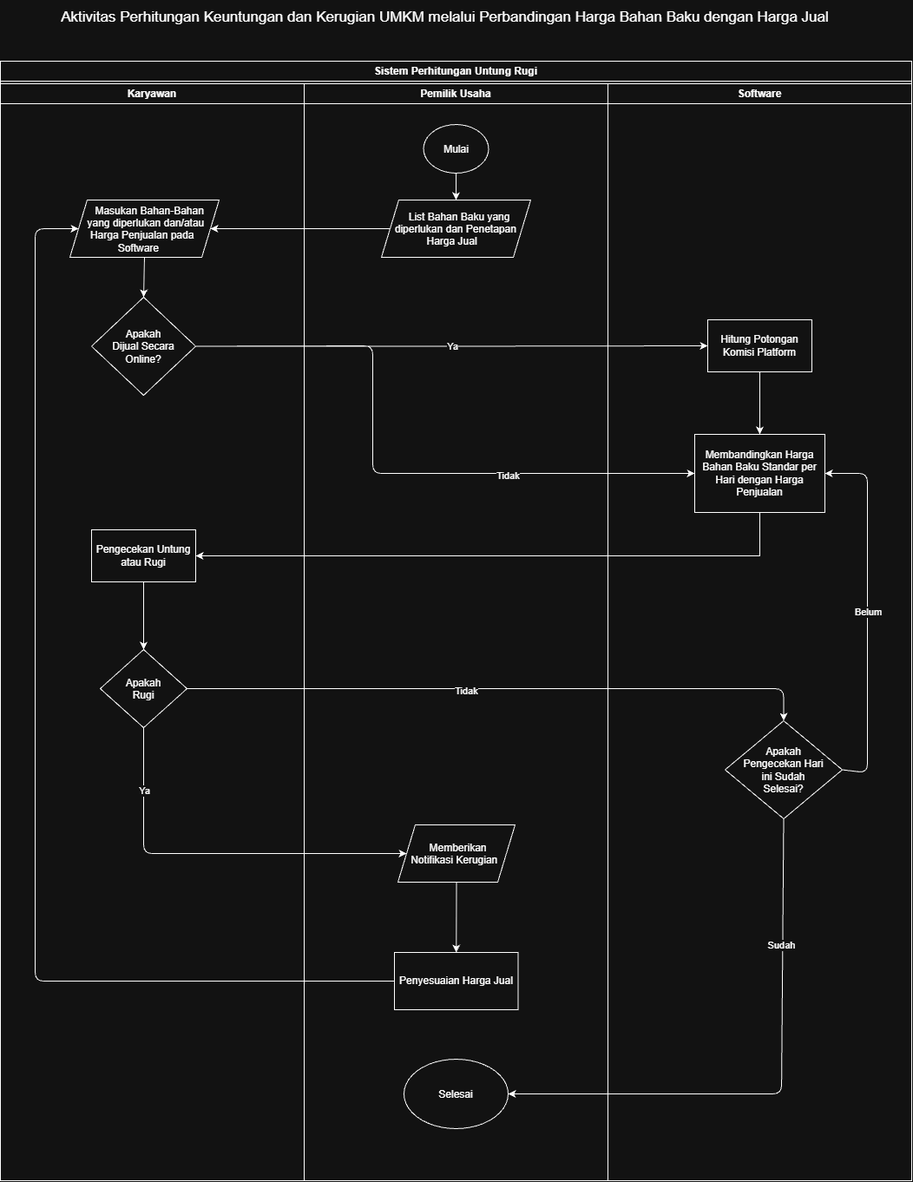
Before: docs/M1/assets/diagram/diagram-act-software-fix.png, a diagram exported from draw.io (rafeldzin/IF2150-RPL-K02-G07). Source tidied: cells renumbered, new cells last; positions are measured from the earlier drawing's top-left corner, leaving out a move shared by most shapes.
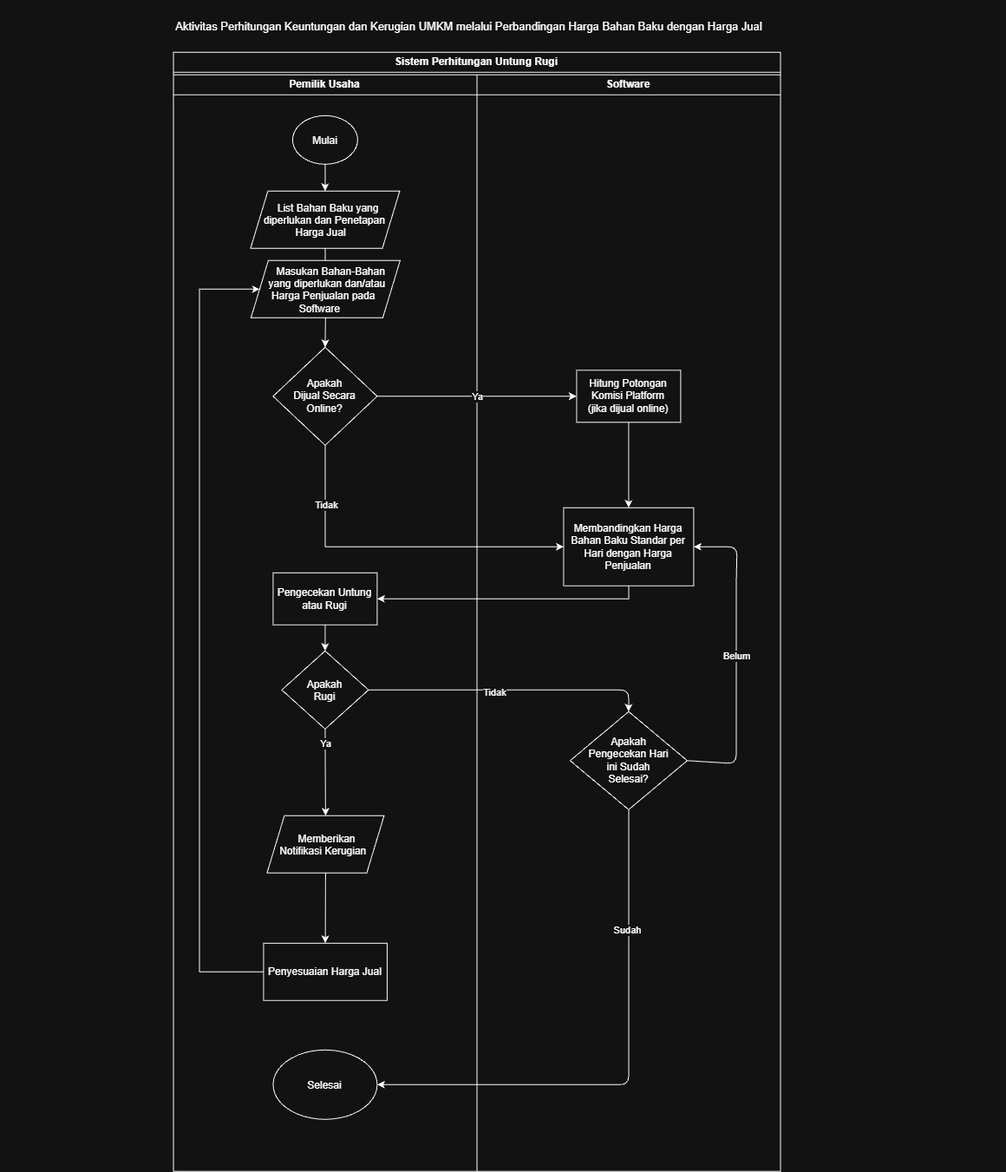
Later version of the same file.

Commit message:
docs: memperbarui diagram swimlane

Diff of the diagram source:
```diff
@@ -2,144 +2,145 @@
   <root>
     <mxCell id="0" />
     <mxCell id="1" parent="0" />
+    <mxCell id="40" style="group;" parent="1" vertex="1">
+      <mxGeometry y="10" width="1160" height="1350" as="geometry" />
+    </mxCell>
+    <mxCell id="3" value="&lt;font style=&quot;font-size: 13px;&quot;&gt;Aktivitas Perhitungan Keuntungan dan Kerugian UMKM melalui Perbandingan Harga Bahan Baku dengan Harga Jual&lt;/font&gt;" style="text;html=1;whiteSpace=wrap;strokeColor=none;fillColor=none;align=center;verticalAlign=middle;rounded=0;fontSize=17;" parent="40" vertex="1">
+      <mxGeometry x="80" y="10" width="922.5" height="40" as="geometry" />
+    </mxCell>
-    <mxCell id="2" value="Sistem Perhitungan Untung Rugi" style="swimlane;whiteSpace=wrap;html=1;" parent="1" vertex="1">
-      <mxGeometry y="70" width="1050" height="1290" as="geometry" />
+    <mxCell id="2" value="Sistem Perhitungan Untung Rugi" style="swimlane;whiteSpace=wrap;html=1;" parent="40" vertex="1">
+      <mxGeometry x="200" y="60" width="700" height="1290" as="geometry" />
     </mxCell>
-    <mxCell id="3" value="Aktivitas Perhitungan Keuntungan dan Kerugian UMKM melalui Perbandingan Harga Bahan Baku dengan Harga Jual" style="text;html=1;whiteSpace=wrap;strokeColor=none;fillColor=none;align=center;verticalAlign=middle;rounded=0;fontSize=17;" parent="1" vertex="1">
-      <mxGeometry x="50" width="925" height="40" as="geometry" />
-    </mxCell>
-    <mxCell id="4" style="edgeStyle=orthogonalEdgeStyle;rounded=0;jettySize=auto;html=1;" parent="1" edge="1" source="8" target="5">
+    <mxCell id="4" style="edgeStyle=orthogonalEdgeStyle;rounded=0;jettySize=auto;html=1;" parent="40" edge="1" source="8" target="5">
       <mxGeometry relative="1" as="geometry" />
     </mxCell>
-    <mxCell id="5" value="Masukan Bahan-Bahan yang diperlukan dan/atau Harga Penjualan pada Software&lt;div&gt;&lt;br&gt;&lt;/div&gt;" style="shape=parallelogram;perimeter=parallelogramPerimeter;whiteSpace=wrap;html=1;shapeInside=1;fixedSize=1;" parent="1" vertex="1">
-      <mxGeometry x="80" y="230" width="172" height="66" as="geometry" />
-    </mxCell>
-    <mxCell id="6" style="edgeStyle=orthogonalEdgeStyle;rounded=0;jettySize=auto;html=1;entryX=0.5;entryY=0;entryDx=0;entryDy=0;" parent="1" edge="1" source="7" target="8">
+    <mxCell id="6" style="edgeStyle=orthogonalEdgeStyle;rounded=0;jettySize=auto;html=1;entryX=0.5;entryY=0;entryDx=0;entryDy=0;" parent="40" edge="1" source="7" target="8">
       <mxGeometry relative="1" as="geometry" />
     </mxCell>
-    <mxCell id="7" value="Mulai&lt;div&gt;&lt;br/&gt;&lt;/div&gt;" style="ellipse;whiteSpace=wrap;html=1;shapeInside=1;" parent="1" vertex="1">
-      <mxGeometry x="487.5" y="143" width="75" height="56" as="geometry" />
+    <mxCell id="7" value="Mulai&lt;div&gt;&lt;br/&gt;&lt;/div&gt;" style="ellipse;whiteSpace=wrap;html=1;shapeInside=1;" parent="40" vertex="1">
+      <mxGeometry x="337.5" y="133" width="75" height="56" as="geometry" />
     </mxCell>
-    <mxCell id="8" value="&lt;div&gt;List Bahan Baku yang diperlukan dan Penetapan Harga Jual&lt;/div&gt;" style="shape=parallelogram;perimeter=parallelogramPerimeter;whiteSpace=wrap;html=1;shapeInside=1;fixedSize=1;" parent="1" vertex="1">
-      <mxGeometry x="439" y="230" width="172" height="66" as="geometry" />
+    <mxCell id="8" value="&lt;div&gt;List Bahan Baku yang diperlukan dan Penetapan Harga Jual&lt;/div&gt;" style="shape=parallelogram;perimeter=parallelogramPerimeter;whiteSpace=wrap;html=1;shapeInside=1;fixedSize=1;" parent="40" vertex="1">
+      <mxGeometry x="289" y="220" width="172" height="66" as="geometry" />
     </mxCell>
-    <mxCell id="9" style="endArrow=classic;html=1;rounded=1;exitX=0;exitY=0.5;exitDx=0;exitDy=0;entryX=0;entryY=0.5;entryDx=0;entryDy=0;curved=0;" parent="1" edge="1" source="32" target="5">
-      <mxGeometry relative="1" as="geometry">
-        <Array as="points">
-          <mxPoint x="40" y="1130" />
-          <mxPoint x="40" y="263" />
-        </Array>
-      </mxGeometry>
-    </mxCell>
-    <mxCell id="10" style="group;" parent="1" vertex="1">
-      <mxGeometry y="96" width="1050" height="1264" as="geometry" />
-    </mxCell>
-    <mxCell id="11" value="Pemilik Usaha" style="swimlane;whiteSpace=wrap;html=1;startSize=23;" parent="10" vertex="1">
-      <mxGeometry x="350" width="350" height="1264" as="geometry" />
+    <mxCell id="11" value="Pemilik Usaha" style="swimlane;whiteSpace=wrap;html=1;startSize=23;" parent="40" vertex="1">
+      <mxGeometry x="200" y="86" width="350" height="1264" as="geometry" />
     </mxCell>
-    <mxCell id="12" value="Karyawan" style="swimlane;whiteSpace=wrap;html=1;" parent="10" vertex="1">
-      <mxGeometry width="350" height="1264" as="geometry" />
-    </mxCell>
-    <mxCell id="13" value="Software" style="swimlane;whiteSpace=wrap;html=1;startSize=23;" parent="10" vertex="1">
-      <mxGeometry x="700" width="350" height="1264" as="geometry" />
+    <mxCell id="13" value="Software" style="swimlane;whiteSpace=wrap;html=1;startSize=23;" parent="40" vertex="1">
+      <mxGeometry x="550" y="86" width="350" height="1264" as="geometry" />
     </mxCell>
-    <mxCell id="14" value="Apakah Pengecekan Hari ini Sudah Selesai?" style="rhombus;whiteSpace=wrap;html=1;shapeInside=1;" parent="10" vertex="1">
-      <mxGeometry x="835" y="734" width="135" height="113" as="geometry" />
+    <mxCell id="14" value="Apakah Pengecekan Hari ini Sudah Selesai?" style="rhombus;whiteSpace=wrap;html=1;shapeInside=1;" parent="40" vertex="1">
+      <mxGeometry x="657.5" y="820" width="135" height="113" as="geometry" />
     </mxCell>
-    <mxCell id="15" style="edgeStyle=orthogonalEdgeStyle;rounded=1;jettySize=auto;html=1;entryX=0;entryY=0.5;entryDx=0;entryDy=0;curved=0;exitX=1;exitY=0.5;exitDx=0;exitDy=0;" parent="10" edge="1" source="17" target="19">
-      <mxGeometry relative="1" as="geometry">
-        <Array as="points">
-          <mxPoint x="220" y="302" />
-          <mxPoint x="429" y="302" />
-          <mxPoint x="429" y="449" />
-        </Array>
-      </mxGeometry>
-    </mxCell>
-    <mxCell id="16" value="Tidak" style="edgeLabel;html=1;align=center;verticalAlign=middle;" parent="15" vertex="1">
-      <mxGeometry x="0.41" y="-2" relative="1" as="geometry" />
-    </mxCell>
-    <mxCell id="17" value="Apakah Dijual Secara Online?" style="rhombus;whiteSpace=wrap;html=1;shapeInside=1;" parent="10" vertex="1">
-      <mxGeometry x="105" y="246" width="120" height="113" as="geometry" />
+    <mxCell id="17" value="Apakah Dijual Secara Online?" style="rhombus;whiteSpace=wrap;html=1;shapeInside=1;" parent="40" vertex="1">
+      <mxGeometry x="315" y="400" width="120" height="113" as="geometry" />
     </mxCell>
-    <mxCell id="18" style="edgeStyle=orthogonalEdgeStyle;rounded=0;jettySize=auto;html=1;exitX=0.5;exitY=1;exitDx=0;exitDy=0;entryX=1;entryY=0.5;entryDx=0;entryDy=0;" parent="10" edge="1" source="19" target="27">
-      <mxGeometry relative="1" as="geometry" />
+    <mxCell id="18" style="edgeStyle=orthogonalEdgeStyle;rounded=0;jettySize=auto;html=1;exitX=0.5;exitY=1;exitDx=0;exitDy=0;entryX=1;entryY=0.5;entryDx=0;entryDy=0;" parent="40" edge="1" source="19" target="27">
+      <mxGeometry relative="1" as="geometry">
+        <Array as="points">
+          <mxPoint x="725" y="690" />
+        </Array>
+      </mxGeometry>
     </mxCell>
-    <mxCell id="19" value="Membandingkan Harga Bahan Baku Standar per Hari dengan Harga Penjualan" style="rounded=0;whiteSpace=wrap;html=1;" parent="10" vertex="1">
-      <mxGeometry x="800" y="404" width="150" height="90" as="geometry" />
+    <mxCell id="19" value="Membandingkan Harga Bahan Baku Standar per Hari dengan Harga Penjualan" style="rounded=0;whiteSpace=wrap;html=1;" parent="40" vertex="1">
+      <mxGeometry x="650" y="585" width="150" height="90" as="geometry" />
     </mxCell>
-    <mxCell id="20" style="endArrow=classic;html=1;rounded=1;exitX=1;exitY=0.5;exitDx=0;exitDy=0;entryX=1;entryY=0.5;entryDx=0;entryDy=0;curved=0;" parent="10" edge="1" source="14" target="19">
+    <mxCell id="20" style="endArrow=classic;html=1;rounded=1;exitX=1;exitY=0.5;exitDx=0;exitDy=0;entryX=1;entryY=0.5;entryDx=0;entryDy=0;curved=0;" parent="40" edge="1" source="14" target="19">
       <mxGeometry relative="1" as="geometry">
         <Array as="points">
-          <mxPoint x="999" y="794" />
-          <mxPoint x="999" y="591" />
-          <mxPoint x="999" y="449" />
+          <mxPoint x="849" y="880" />
+          <mxPoint x="849" y="677" />
+          <mxPoint x="850" y="630" />
         </Array>
       </mxGeometry>
     </mxCell>
     <mxCell id="21" value="Belum" style="edgeLabel;html=1;align=center;verticalAlign=middle;" parent="20" vertex="1">
       <mxGeometry x="0.01" relative="1" as="geometry" />
     </mxCell>
-    <mxCell id="22" style="edgeStyle=orthogonalEdgeStyle;rounded=0;jettySize=auto;html=1;entryX=0.5;entryY=0;entryDx=0;entryDy=0;" parent="10" edge="1" source="23" target="19">
+    <mxCell id="22" style="edgeStyle=orthogonalEdgeStyle;rounded=0;jettySize=auto;html=1;entryX=0.5;entryY=0;entryDx=0;entryDy=0;" parent="40" edge="1" source="23" target="19">
       <mxGeometry relative="1" as="geometry" />
     </mxCell>
-    <mxCell id="23" value="Hitung Potongan Komisi Platform" style="whiteSpace=wrap;html=1;" parent="10" vertex="1">
-      <mxGeometry x="815" y="272" width="120" height="60" as="geometry" />
+    <mxCell id="23" value="Hitung Potongan Komisi Platform&lt;div&gt;(jika dijual online)&lt;/div&gt;" style="whiteSpace=wrap;html=1;" parent="40" vertex="1">
+      <mxGeometry x="665" y="426.5" width="120" height="60" as="geometry" />
     </mxCell>
-    <mxCell id="24" style="edgeStyle=orthogonalEdgeStyle;rounded=0;jettySize=auto;html=1;" parent="10" edge="1" source="17" target="23">
-      <mxGeometry relative="1" as="geometry" />
+    <mxCell id="24" style="edgeStyle=orthogonalEdgeStyle;rounded=0;jettySize=auto;html=1;" parent="40" edge="1" source="17" target="23">
+      <mxGeometry relative="1" as="geometry">
+        <Array as="points">
+          <mxPoint x="610" y="456.5" />
+          <mxPoint x="610" y="456.5" />
+        </Array>
+      </mxGeometry>
     </mxCell>
     <mxCell id="25" value="Ya" style="edgeLabel;html=1;align=center;verticalAlign=middle;" parent="24" vertex="1">
       <mxGeometry relative="1" as="geometry" />
     </mxCell>
-    <mxCell id="26" value="Apakah Rugi" style="rhombus;whiteSpace=wrap;html=1;shapeInside=1;" parent="10" vertex="1">
-      <mxGeometry x="115" y="652" width="100" height="90" as="geometry" />
+    <mxCell id="26" value="Apakah Rugi" style="rhombus;whiteSpace=wrap;html=1;shapeInside=1;" parent="40" vertex="1">
+      <mxGeometry x="325" y="750" width="100" height="90" as="geometry" />
     </mxCell>
-    <mxCell id="27" value="Pengecekan Untung atau Rugi" style="rounded=0;whiteSpace=wrap;html=1;" parent="10" vertex="1">
-      <mxGeometry x="105" y="514" width="120" height="60" as="geometry" />
+    <mxCell id="27" value="Pengecekan Untung atau Rugi" style="rounded=0;whiteSpace=wrap;html=1;" parent="40" vertex="1">
+      <mxGeometry x="315" y="660" width="120" height="60" as="geometry" />
     </mxCell>
-    <mxCell id="28" style="endArrow=classic;html=1;rounded=0;exitX=0.5;exitY=1;exitDx=0;exitDy=0;entryX=0.5;entryY=0;entryDx=0;entryDy=0;" parent="10" edge="1" source="27" target="26">
+    <mxCell id="28" style="endArrow=classic;html=1;rounded=0;exitX=0.5;exitY=1;exitDx=0;exitDy=0;entryX=0.5;entryY=0;entryDx=0;entryDy=0;" parent="40" edge="1" source="27" target="26">
       <mxGeometry relative="1" as="geometry" />
     </mxCell>
-    <mxCell id="29" value="Selesai&lt;div&gt;&lt;br&gt;&lt;/div&gt;" style="ellipse;whiteSpace=wrap;html=1;shapeInside=1;" parent="10" vertex="1">
-      <mxGeometry x="465" y="1124" width="120" height="80" as="geometry" />
+    <mxCell id="29" value="Selesai&lt;div&gt;&lt;br&gt;&lt;/div&gt;" style="ellipse;whiteSpace=wrap;html=1;shapeInside=1;" parent="40" vertex="1">
+      <mxGeometry x="315" y="1210" width="120" height="80" as="geometry" />
     </mxCell>
-    <mxCell id="30" style="endArrow=classic;html=1;rounded=1;exitX=0.5;exitY=1;exitDx=0;exitDy=0;entryX=1;entryY=0.5;entryDx=0;entryDy=0;curved=0;" parent="10" edge="1" source="14" target="29">
+    <mxCell id="30" style="endArrow=classic;html=1;rounded=1;exitX=0.5;exitY=1;exitDx=0;exitDy=0;entryX=1;entryY=0.5;entryDx=0;entryDy=0;curved=0;" parent="40" edge="1" source="14" target="29">
       <mxGeometry relative="1" as="geometry">
         <Array as="points">
-          <mxPoint x="900" y="1164" />
+          <mxPoint x="725" y="1250" />
         </Array>
       </mxGeometry>
     </mxCell>
     <mxCell id="31" value="Sudah" style="edgeLabel;html=1;align=center;verticalAlign=middle;" parent="30" vertex="1">
       <mxGeometry x="-0.54" y="-2" relative="1" as="geometry" />
     </mxCell>
-    <mxCell id="32" value="Penyesuaian Harga Jual" style="rounded=0;whiteSpace=wrap;html=1;" parent="10" vertex="1">
-      <mxGeometry x="454" y="1001" width="142.5" height="66" as="geometry" />
+    <mxCell id="32" value="Penyesuaian Harga Jual" style="rounded=0;whiteSpace=wrap;html=1;" parent="40" vertex="1">
+      <mxGeometry x="304" y="1087" width="142.5" height="66" as="geometry" />
     </mxCell>
-    <mxCell id="33" value="Memberikan Notifikasi Kerugian" style="shape=parallelogram;perimeter=parallelogramPerimeter;whiteSpace=wrap;html=1;shapeInside=1;fixedSize=1;" parent="10" vertex="1">
-      <mxGeometry x="458" y="854" width="135" height="66" as="geometry" />
+    <mxCell id="33" value="Memberikan Notifikasi Kerugian" style="shape=parallelogram;perimeter=parallelogramPerimeter;whiteSpace=wrap;html=1;shapeInside=1;fixedSize=1;" parent="40" vertex="1">
+      <mxGeometry x="308" y="940" width="135" height="66" as="geometry" />
     </mxCell>
-    <mxCell id="34" style="endArrow=classic;html=1;rounded=0;exitX=0.5;exitY=1;exitDx=0;exitDy=0;entryX=0.5;entryY=0;entryDx=0;entryDy=0;" parent="10" edge="1" source="33" target="32">
+    <mxCell id="34" style="endArrow=classic;html=1;rounded=0;exitX=0.5;exitY=1;exitDx=0;exitDy=0;entryX=0.5;entryY=0;entryDx=0;entryDy=0;" parent="40" edge="1" source="33" target="32">
       <mxGeometry relative="1" as="geometry" />
     </mxCell>
-    <mxCell id="35" style="endArrow=classic;html=1;rounded=1;exitX=0.5;exitY=1;exitDx=0;exitDy=0;entryX=0;entryY=0.5;entryDx=0;entryDy=0;curved=0;" parent="10" edge="1" source="26" target="33">
-      <mxGeometry relative="1" as="geometry">
-        <Array as="points">
-          <mxPoint x="165" y="887" />
-        </Array>
-      </mxGeometry>
+    <mxCell id="35" style="endArrow=classic;html=1;rounded=1;exitX=0.5;exitY=1;exitDx=0;exitDy=0;entryX=0.5;entryY=0;entryDx=0;entryDy=0;curved=0;" parent="40" edge="1" source="26" target="33">
+      <mxGeometry relative="1" as="geometry" />
     </mxCell>
     <mxCell id="36" value="Ya" style="edgeLabel;html=1;align=center;verticalAlign=middle;" parent="35" vertex="1">
       <mxGeometry x="-0.68" relative="1" as="geometry" />
     </mxCell>
-    <mxCell id="37" style="endArrow=classic;html=1;rounded=1;exitX=1;exitY=0.5;exitDx=0;exitDy=0;entryX=0.5;entryY=0;entryDx=0;entryDy=0;edgeStyle=orthogonalEdgeStyle;" parent="10" edge="1" source="26" target="14">
+    <mxCell id="37" style="endArrow=classic;html=1;rounded=1;exitX=1;exitY=0.5;exitDx=0;exitDy=0;entryX=0.5;entryY=0;entryDx=0;entryDy=0;edgeStyle=orthogonalEdgeStyle;" parent="40" edge="1" source="26" target="14">
       <mxGeometry relative="1" as="geometry" />
     </mxCell>
     <mxCell id="38" value="Tidak" style="edgeLabel;html=1;align=center;verticalAlign=middle;" parent="37" vertex="1">
       <mxGeometry x="-0.11" y="-2" relative="1" as="geometry" />
     </mxCell>
+    <mxCell id="5" value="Masukan Bahan-Bahan yang diperlukan dan/atau Harga Penjualan pada Software&lt;div&gt;&lt;br&gt;&lt;/div&gt;" style="shape=parallelogram;perimeter=parallelogramPerimeter;whiteSpace=wrap;html=1;shapeInside=1;fixedSize=1;" parent="40" vertex="1">
+      <mxGeometry x="289.5" y="300" width="172" height="66" as="geometry" />
+    </mxCell>
-    <mxCell id="39" style="endArrow=classic;html=1;rounded=0;entryX=0.5;entryY=0;entryDx=0;entryDy=0;exitX=0.5;exitY=1;exitDx=0;exitDy=0;" parent="1" edge="1" source="5" target="17">
+    <mxCell id="39" style="endArrow=classic;html=1;rounded=0;entryX=0.5;entryY=0;entryDx=0;entryDy=0;exitX=0.5;exitY=1;exitDx=0;exitDy=0;" parent="40" edge="1" source="5" target="17">
       <mxGeometry relative="1" as="geometry" />
     </mxCell>
+    <mxCell id="15" style="endArrow=classic;html=1;rounded=0;exitX=0.5;exitY=1;exitDx=0;exitDy=0;edgeStyle=orthogonalEdgeStyle;entryX=0;entryY=0.5;entryDx=0;entryDy=0;" parent="40" edge="1" source="17" target="19">
+      <mxGeometry relative="1" as="geometry">
+        <Array as="points">
+          <mxPoint x="375" y="630.1" />
+        </Array>
+      </mxGeometry>
+    </mxCell>
+    <mxCell id="16" value="Tidak" style="edgeLabel;html=1;align=center;verticalAlign=middle;" parent="15" vertex="1">
+      <mxGeometry x="-0.65" y="1" relative="1" as="geometry" />
+    </mxCell>
+    <mxCell id="9" style="endArrow=classic;html=1;rounded=0;exitX=0;exitY=0.5;exitDx=0;exitDy=0;entryX=0;entryY=0.5;entryDx=0;entryDy=0;" parent="40" edge="1" source="32" target="5">
+      <mxGeometry relative="1" as="geometry">
+        <Array as="points">
+          <mxPoint x="230" y="1120" />
+          <mxPoint x="230" y="730" />
+          <mxPoint x="230" y="333" />
+        </Array>
+      </mxGeometry>
+    </mxCell>
   </root>
 </mxGraphModel>
```
